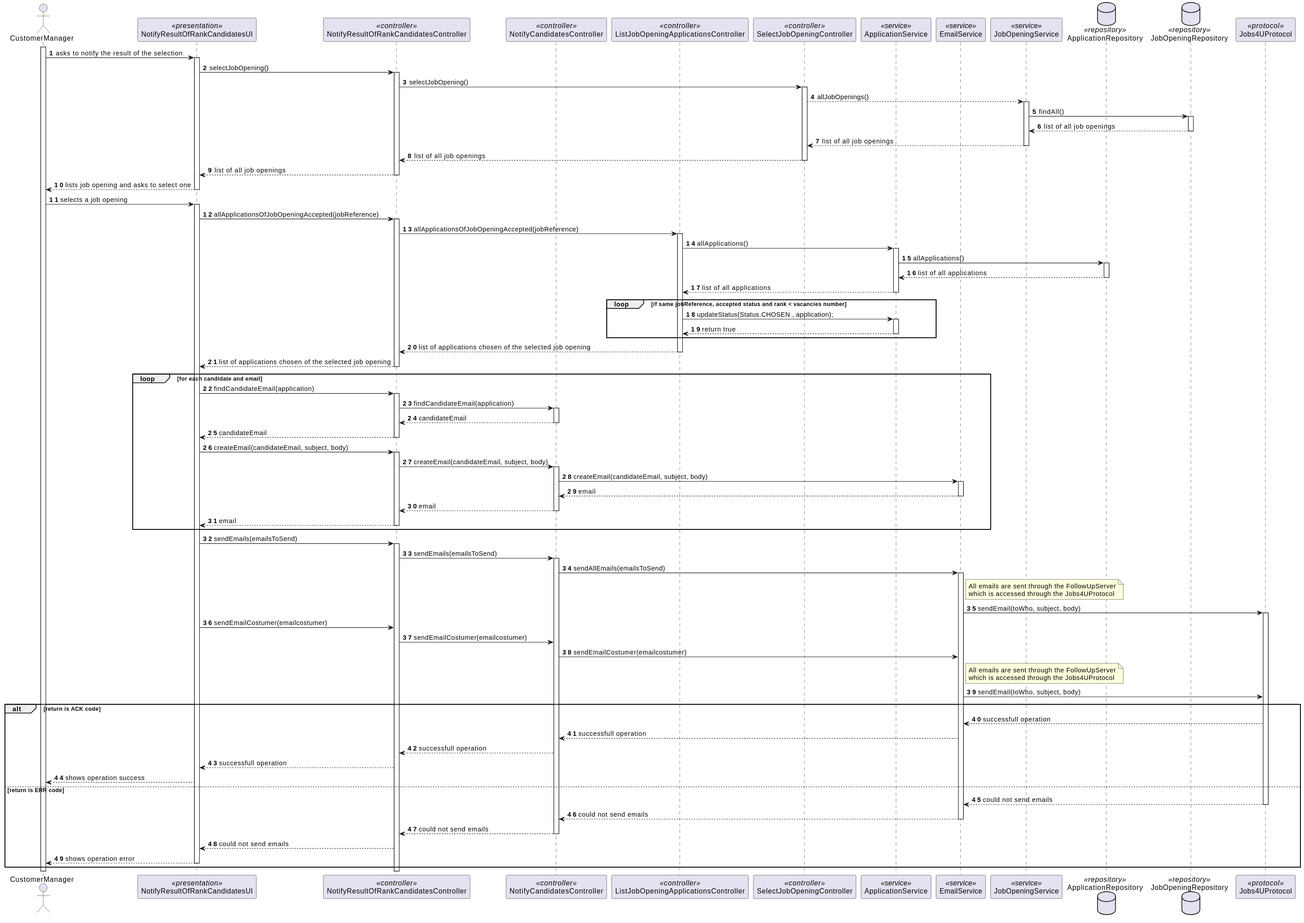
Earlier version of the PlantUML export docs/SprintC/12-notify-rank-by-email/sequence-diagram.svg (MiguelCardoso77/LAPR4). Its diagram source:
```plantuml
@startuml
autonumber

actor CustomerManager as CM

participant NotifyResultOfRankCandidatesUI <<presentation>>

participant NotifyResultOfRankCandidatesController <<controller>>
participant NotifyCandidatesController <<controller>>
participant ListJobOpeningApplicationsController <<controller>>
participant SelectJobOpeningController <<controller>>

participant ApplicationService <<service>>
participant EmailService <<service>>
participant JobOpeningService <<service>>

database ApplicationRepository <<repository>>
database JobOpeningRepository <<repository>>


participant Jobs4UProtocol <<protocol>>

activate CM

        CM -> NotifyResultOfRankCandidatesUI : asks to notify the result of the selection

        activate NotifyResultOfRankCandidatesUI

                NotifyResultOfRankCandidatesUI -> NotifyResultOfRankCandidatesController : selectJobOpening()

                activate NotifyResultOfRankCandidatesController


                NotifyResultOfRankCandidatesController -> SelectJobOpeningController : selectJobOpening()

                activate SelectJobOpeningController

                    SelectJobOpeningController --> JobOpeningService : allJobOpenings()

                activate JobOpeningService

                JobOpeningService -> JobOpeningRepository : findAll()

                activate JobOpeningRepository

                JobOpeningRepository --> JobOpeningService  : list of all job openings

                deactivate JobOpeningRepository

                JobOpeningService --> SelectJobOpeningController : list of all job openings

                deactivate JobOpeningService

                SelectJobOpeningController --> NotifyResultOfRankCandidatesController : list of all job openings

                deactivate SelectJobOpeningController

                NotifyResultOfRankCandidatesController --> NotifyResultOfRankCandidatesUI : list of all job openings

                deactivate NotifyResultOfRankCandidatesController

                NotifyResultOfRankCandidatesUI --> CM : lists job opening and asks to select one

                deactivate NotifyResultOfRankCandidatesUI

                CM -> NotifyResultOfRankCandidatesUI : selects a job opening

                activate NotifyResultOfRankCandidatesUI

                NotifyResultOfRankCandidatesUI -> NotifyResultOfRankCandidatesController : allApplicationsOfJobOpeningAccepted(jobReference)

                activate NotifyResultOfRankCandidatesController

                NotifyResultOfRankCandidatesController -> ListJobOpeningApplicationsController : allApplicationsOfJobOpeningAccepted(jobReference)

                activate ListJobOpeningApplicationsController

                ListJobOpeningApplicationsController -> ApplicationService: allApplications()

                activate ApplicationService

                ApplicationService -> ApplicationRepository : allApplications()

                activate ApplicationRepository

                ApplicationRepository --> ApplicationService : list of all applications

                deactivate ApplicationRepository


                ApplicationService --> ListJobOpeningApplicationsController: list of all applications


                deactivate ApplicationService

loop if same jobReference, accepted status and rank < vacancies number

                ListJobOpeningApplicationsController -> ApplicationService : updateStatus(Status.CHOSEN , application);

                activate ApplicationService

                ApplicationService --> ListJobOpeningApplicationsController : return true

                deactivate ApplicationService

end

                deactivate ApplicationService

                ListJobOpeningApplicationsController --> NotifyResultOfRankCandidatesController : list of applications chosen of the selected job opening

                deactivate ListJobOpeningApplicationsController


                NotifyResultOfRankCandidatesController --> NotifyResultOfRankCandidatesUI : list of applications chosen of the selected job opening

                    deactivate NotifyResultOfRankCandidatesController

loop for each candidate and email

                NotifyResultOfRankCandidatesUI -> NotifyResultOfRankCandidatesController: findCandidateEmail(application)

                activate NotifyResultOfRankCandidatesController

                NotifyResultOfRankCandidatesController -> NotifyCandidatesController : findCandidateEmail(application)
                activate NotifyCandidatesController

                NotifyCandidatesController --> NotifyResultOfRankCandidatesController : candidateEmail

                deactivate NotifyCandidatesController

                NotifyResultOfRankCandidatesController --> NotifyResultOfRankCandidatesUI : candidateEmail

                deactivate NotifyResultOfRankCandidatesController

                NotifyResultOfRankCandidatesUI -> NotifyResultOfRankCandidatesController : createEmail(candidateEmail, subject, body)

                activate NotifyResultOfRankCandidatesController

                NotifyResultOfRankCandidatesController -> NotifyCandidatesController : createEmail(candidateEmail, subject, body)
                activate NotifyCandidatesController

                NotifyCandidatesController -> EmailService : createEmail(candidateEmail, subject, body)
                activate EmailService

                EmailService --> NotifyCandidatesController : email
                deactivate EmailService

                NotifyCandidatesController --> NotifyResultOfRankCandidatesController : email

                deactivate NotifyCandidatesController

                NotifyResultOfRankCandidatesController --> NotifyResultOfRankCandidatesUI: email

                deactivate NotifyResultOfRankCandidatesController

end loop

NotifyResultOfRankCandidatesUI -> NotifyResultOfRankCandidatesController: sendEmails(emailsToSend)

activate NotifyResultOfRankCandidatesController

NotifyResultOfRankCandidatesController -> NotifyCandidatesController : sendEmails(emailsToSend)
        activate NotifyCandidatesController

            NotifyCandidatesController -> EmailService : sendAllEmails(emailsToSend)
            activate EmailService

note right of EmailService
All emails are sent through the FollowUpServer
which is accessed through the Jobs4UProtocol
end note
                EmailService -> Jobs4UProtocol : sendEmail(toWho, subject, body)

                                               activate Jobs4UProtocol


                NotifyResultOfRankCandidatesUI -> NotifyResultOfRankCandidatesController : sendEmailCostumer(emailcostumer)


                NotifyResultOfRankCandidatesController -> NotifyCandidatesController : sendEmailCostumer(emailcostumer)

                            NotifyCandidatesController -> EmailService : sendEmailCostumer(emailcostumer)

                note right of EmailService
                All emails are sent through the FollowUpServer
                which is accessed through the Jobs4UProtocol
                end note
                                EmailService -> Jobs4UProtocol : sendEmail(toWho, subject, body)


alt return is ACK code

        Jobs4UProtocol --> EmailService : successfull operation

        EmailService --> NotifyCandidatesController :  successfull operation

        NotifyCandidatesController --> NotifyResultOfRankCandidatesController : successfull operation

        NotifyResultOfRankCandidatesController --> NotifyResultOfRankCandidatesUI : successfull operation

        NotifyResultOfRankCandidatesUI --> CM : shows operation success

else return is ERR code

                    Jobs4UProtocol --> EmailService : could not send emails
                deactivate Jobs4UProtocol

                EmailService --> NotifyCandidatesController : could not send emails
            deactivate EmailService

            NotifyCandidatesController --> NotifyResultOfRankCandidatesController : could not send emails

            deactivate NotifyCandidatesController

            NotifyResultOfRankCandidatesController --> NotifyResultOfRankCandidatesUI : could not send emails

        NotifyResultOfRankCandidatesUI --> CM : shows operation error
    deactivate NotifyResultOfRankCandidatesUI

end alt
@enduml
```
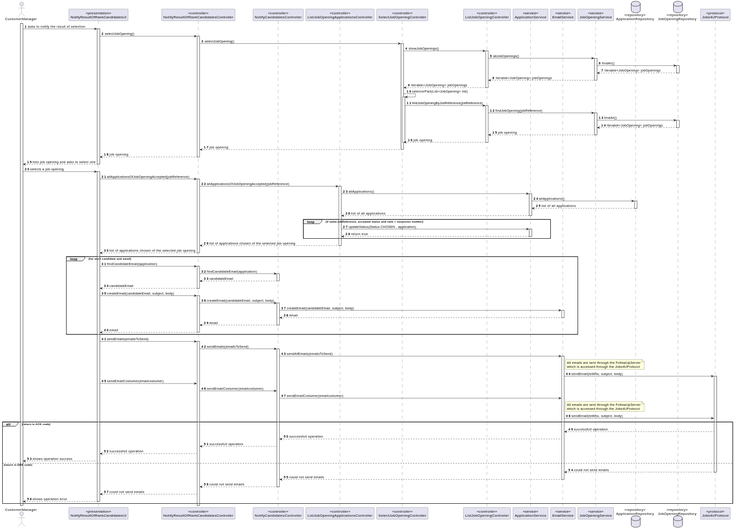
Above is the later version.

Diff of the diagram source:
```diff
@@ -1,7 +1,7 @@
 @startuml
 autonumber
 
-actor CustomerManager as CM
+actor CustomerManager
 
 participant NotifyResultOfRankCandidatesUI <<presentation>>
 
@@ -9,6 +9,7 @@
 participant NotifyCandidatesController <<controller>>
 participant ListJobOpeningApplicationsController <<controller>>
 participant SelectJobOpeningController <<controller>>
+participant ListJobOpeningController <<controller>>
 
 participant ApplicationService <<service>>
 participant EmailService <<service>>
@@ -20,50 +21,68 @@
 
 participant Jobs4UProtocol <<protocol>>
 
-activate CM
+activate CustomerManager
 
-        CM -> NotifyResultOfRankCandidatesUI : asks to notify the result of the selection
-
-        activate NotifyResultOfRankCandidatesUI
+        CustomerManager -> NotifyResultOfRankCandidatesUI : asks to notify the result of selection
+            activate NotifyResultOfRankCandidatesUI
 
                 NotifyResultOfRankCandidatesUI -> NotifyResultOfRankCandidatesController : selectJobOpening()
-
                 activate NotifyResultOfRankCandidatesController
 
+                    NotifyResultOfRankCandidatesController -> SelectJobOpeningController : selectJobOpening()
+                    activate SelectJobOpeningController
 
-                NotifyResultOfRankCandidatesController -> SelectJobOpeningController : selectJobOpening()
+                        SelectJobOpeningController -> ListJobOpeningController : showJobOpenings()
+                        activate ListJobOpeningController
 
-                activate SelectJobOpeningController
+                            ListJobOpeningController -> JobOpeningService : allJobOpenings()
+                            activate JobOpeningService
 
-                    SelectJobOpeningController --> JobOpeningService : allJobOpenings()
+                                JobOpeningService -> JobOpeningRepository : findAll()
+                                activate JobOpeningRepository
 
-                activate JobOpeningService
+                                    JobOpeningRepository --> JobOpeningService : Iterable<JobOpening> jobOpenings
+                                deactivate JobOpeningRepository
 
-                JobOpeningService -> JobOpeningRepository : findAll()
+                                JobOpeningService --> ListJobOpeningController : Iterable<JobOpening> jobOpenings
+                            deactivate JobOpeningService
 
-                activate JobOpeningRepository
+                            ListJobOpeningController --> SelectJobOpeningController : Iterable<JobOpening> jobOpenings
+                        deactivate ListJobOpeningController
 
-                JobOpeningRepository --> JobOpeningService  : list of all job openings
+                        SelectJobOpeningController -> SelectJobOpeningController : selectorPart(List<JobOpening> list)
+                        activate SelectJobOpeningController
 
-                deactivate JobOpeningRepository
+                            SelectJobOpeningController -> ListJobOpeningController : findJobOpeningByJobReference(jobReference)
+                            activate ListJobOpeningController
 
-                JobOpeningService --> SelectJobOpeningController : list of all job openings
+                                ListJobOpeningController -> JobOpeningService : findJobOpening(jobReference)
+                                activate JobOpeningService
 
-                deactivate JobOpeningService
+                                    JobOpeningService -> JobOpeningRepository : findAll()
+                                    activate JobOpeningRepository
 
-                SelectJobOpeningController --> NotifyResultOfRankCandidatesController : list of all job openings
+                                        JobOpeningRepository --> JobOpeningService : Iterable<JobOpening> jobOpenings
+                                    deactivate JobOpeningRepository
 
-                deactivate SelectJobOpeningController
+                                    JobOpeningService --> ListJobOpeningController : job opening
+                                deactivate JobOpeningService
 
-                NotifyResultOfRankCandidatesController --> NotifyResultOfRankCandidatesUI : list of all job openings
+                                ListJobOpeningController --> SelectJobOpeningController : job opening
+                            deactivate ListJobOpeningController
+                        deactivate SelectJobOpeningController
 
+                        SelectJobOpeningController --> NotifyResultOfRankCandidatesController : job opening
+                    deactivate SelectJobOpeningController
+
+                    NotifyResultOfRankCandidatesController --> NotifyResultOfRankCandidatesUI : job opening
                 deactivate NotifyResultOfRankCandidatesController
 
-                NotifyResultOfRankCandidatesUI --> CM : lists job opening and asks to select one
+                NotifyResultOfRankCandidatesUI --> CustomerManager : lists job opening and asks to select one
 
                 deactivate NotifyResultOfRankCandidatesUI
 
-                CM -> NotifyResultOfRankCandidatesUI : selects a job opening
+                CustomerManager -> NotifyResultOfRankCandidatesUI : selects a job opening
 
                 activate NotifyResultOfRankCandidatesUI
 
@@ -199,7 +218,7 @@
 
         NotifyResultOfRankCandidatesController --> NotifyResultOfRankCandidatesUI : successfull operation
 
-        NotifyResultOfRankCandidatesUI --> CM : shows operation success
+        NotifyResultOfRankCandidatesUI --> CustomerManager : shows operation success
 
 else return is ERR code
 
@@ -215,7 +234,7 @@
 
             NotifyResultOfRankCandidatesController --> NotifyResultOfRankCandidatesUI : could not send emails
 
-        NotifyResultOfRankCandidatesUI --> CM : shows operation error
+        NotifyResultOfRankCandidatesUI --> CustomerManager : shows operation error
     deactivate NotifyResultOfRankCandidatesUI
 
 end alt
```
